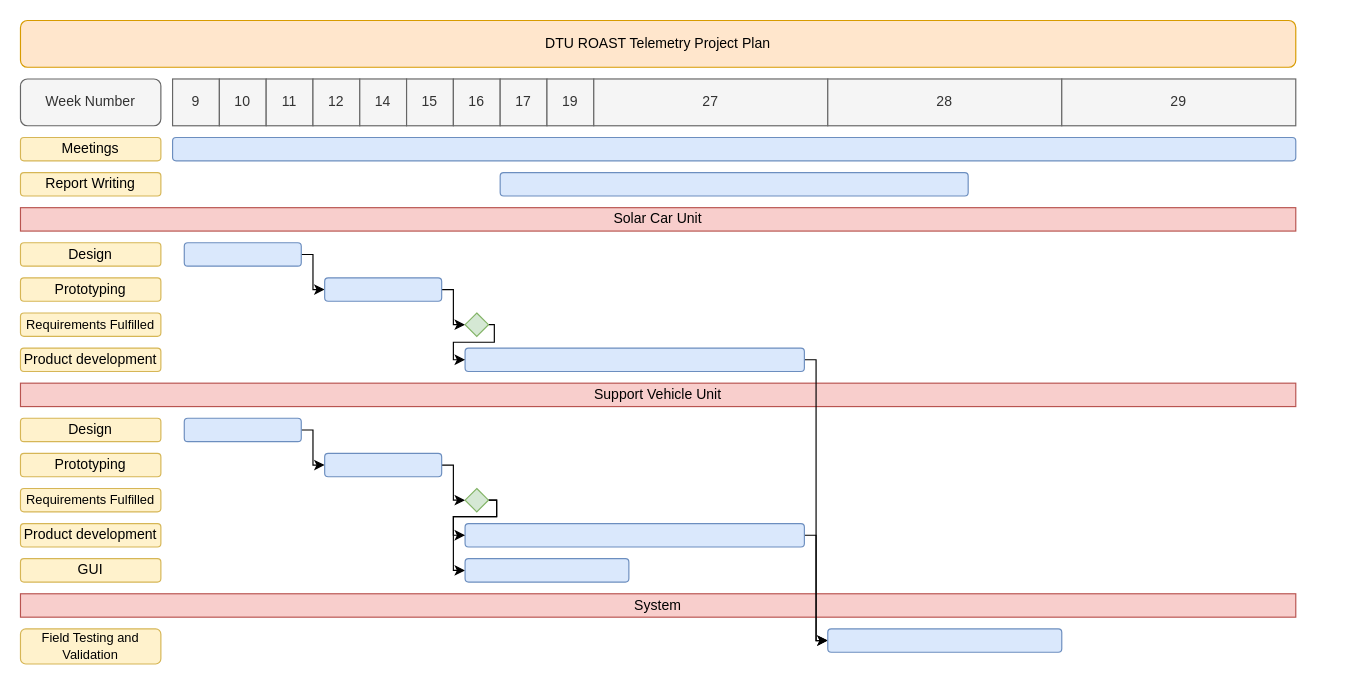
The draw.io diagram documentation/projectPlan.drawio in tjarker/Telemetry, before the edit. Source tidied: cells renumbered, new cells numbered last; positions are measured from the earlier drawing's top-left corner, leaving out a move shared by most shapes. Both pictures are drawn from the tidied source at 117%, with x=0, y=0 at pixel (20, 20).
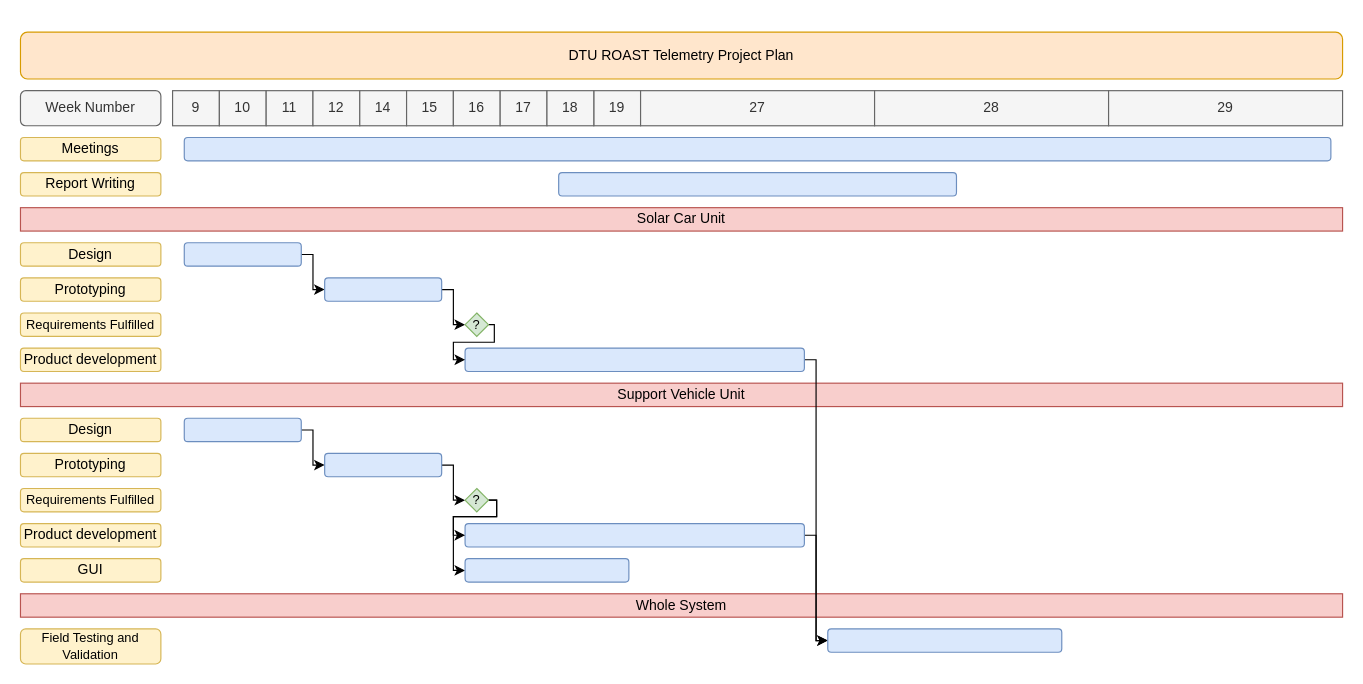
After the change.

The edit, as a diff of the source:
```diff
@@
     <mxCell id="2" value="DTU ROAST Telemetry Project Plan" style="rounded=1;whiteSpace=wrap;html=1;fillColor=#ffe6cc;strokeColor=#d79b00;" parent="1" vertex="1">
-      <mxGeometry width="1090" height="40" as="geometry" />
+      <mxGeometry y="10" width="1130" height="40" as="geometry" />
     </mxCell>
     <mxCell id="3" value="9" style="rounded=0;whiteSpace=wrap;html=1;fillColor=#f5f5f5;strokeColor=#666666;fontColor=#333333;" parent="1" vertex="1">
-      <mxGeometry x="130" y="50" width="40" height="40" as="geometry" />
+      <mxGeometry x="130" y="60" width="40" height="30" as="geometry" />
     </mxCell>
     <mxCell id="4" value="10" style="rounded=0;whiteSpace=wrap;html=1;fillColor=#f5f5f5;strokeColor=#666666;fontColor=#333333;" parent="1" vertex="1">
-      <mxGeometry x="170" y="50" width="40" height="40" as="geometry" />
+      <mxGeometry x="170" y="60" width="40" height="30" as="geometry" />
     </mxCell>
     <mxCell id="5" value="11" style="rounded=0;whiteSpace=wrap;html=1;fillColor=#f5f5f5;strokeColor=#666666;fontColor=#333333;" parent="1" vertex="1">
-      <mxGeometry x="210" y="50" width="40" height="40" as="geometry" />
+      <mxGeometry x="210" y="60" width="40" height="30" as="geometry" />
     </mxCell>
     <mxCell id="6" value="12" style="rounded=0;whiteSpace=wrap;html=1;fillColor=#f5f5f5;strokeColor=#666666;fontColor=#333333;" parent="1" vertex="1">
-      <mxGeometry x="250" y="50" width="40" height="40" as="geometry" />
+      <mxGeometry x="250" y="60" width="40" height="30" as="geometry" />
     </mxCell>
     <mxCell id="7" value="14" style="rounded=0;whiteSpace=wrap;html=1;fillColor=#f5f5f5;strokeColor=#666666;fontColor=#333333;" parent="1" vertex="1">
-      <mxGeometry x="290" y="50" width="40" height="40" as="geometry" />
+      <mxGeometry x="290" y="60" width="40" height="30" as="geometry" />
     </mxCell>
     <mxCell id="8" value="15" style="rounded=0;whiteSpace=wrap;html=1;fillColor=#f5f5f5;strokeColor=#666666;fontColor=#333333;" parent="1" vertex="1">
-      <mxGeometry x="330" y="50" width="40" height="40" as="geometry" />
+      <mxGeometry x="330" y="60" width="40" height="30" as="geometry" />
     </mxCell>
     <mxCell id="9" value="16" style="rounded=0;whiteSpace=wrap;html=1;fillColor=#f5f5f5;strokeColor=#666666;fontColor=#333333;" parent="1" vertex="1">
-      <mxGeometry x="370" y="50" width="40" height="40" as="geometry" />
+      <mxGeometry x="370" y="60" width="40" height="30" as="geometry" />
     </mxCell>
     <mxCell id="10" value="17" style="rounded=0;whiteSpace=wrap;html=1;fillColor=#f5f5f5;strokeColor=#666666;fontColor=#333333;" parent="1" vertex="1">
-      <mxGeometry x="410" y="50" width="40" height="40" as="geometry" />
+      <mxGeometry x="410" y="60" width="40" height="30" as="geometry" />
     </mxCell>
     <mxCell id="11" value="19" style="rounded=0;whiteSpace=wrap;html=1;fillColor=#f5f5f5;strokeColor=#666666;fontColor=#333333;" parent="1" vertex="1">
-      <mxGeometry x="450" y="50" width="40" height="40" as="geometry" />
+      <mxGeometry x="490" y="60" width="40" height="30" as="geometry" />
     </mxCell>
     <mxCell id="12" value="27" style="rounded=0;whiteSpace=wrap;html=1;fillColor=#f5f5f5;strokeColor=#666666;fontColor=#333333;" parent="1" vertex="1">
-      <mxGeometry x="490" y="50" width="200" height="40" as="geometry" />
+      <mxGeometry x="530" y="60" width="200" height="30" as="geometry" />
     </mxCell>
     <mxCell id="13" value="28" style="rounded=0;whiteSpace=wrap;html=1;fillColor=#f5f5f5;strokeColor=#666666;fontColor=#333333;" parent="1" vertex="1">
-      <mxGeometry x="690" y="50" width="200" height="40" as="geometry" />
+      <mxGeometry x="730" y="60" width="200" height="30" as="geometry" />
     </mxCell>
     <mxCell id="14" value="29" style="rounded=0;whiteSpace=wrap;html=1;fillColor=#f5f5f5;strokeColor=#666666;fontColor=#333333;" parent="1" vertex="1">
-      <mxGeometry x="890" y="50" width="200" height="40" as="geometry" />
+      <mxGeometry x="930" y="60" width="200" height="30" as="geometry" />
     </mxCell>
     <mxCell id="15" value="Week Number" style="rounded=1;whiteSpace=wrap;html=1;fillColor=#f5f5f5;strokeColor=#666666;fontColor=#333333;" parent="1" vertex="1">
-      <mxGeometry y="50" width="120" height="40" as="geometry" />
+      <mxGeometry y="60" width="120" height="30" as="geometry" />
     </mxCell>
     <mxCell id="16" style="rounded=1;whiteSpace=wrap;html=1;fillColor=#dae8fc;strokeColor=#6c8ebf;" parent="1" vertex="1">
-      <mxGeometry x="130" y="100" width="960" height="20" as="geometry" />
+      <mxGeometry x="140" y="100" width="980" height="20" as="geometry" />
     </mxCell>
@@
     <mxCell id="19" style="rounded=1;whiteSpace=wrap;html=1;fillColor=#dae8fc;strokeColor=#6c8ebf;" parent="1" vertex="1">
-      <mxGeometry x="410" y="130" width="400" height="20" as="geometry" />
+      <mxGeometry x="460" y="130" width="340" height="20" as="geometry" />
     </mxCell>
     <mxCell id="20" value="Solar Car Unit" style="rounded=0;whiteSpace=wrap;html=1;fillColor=#f8cecc;strokeColor=#b85450;" parent="1" vertex="1">
-      <mxGeometry y="160" width="1090" height="20" as="geometry" />
+      <mxGeometry y="160" width="1130" height="20" as="geometry" />
     </mxCell>
@@
     <mxCell id="26" value="Support Vehicle Unit" style="rounded=0;whiteSpace=wrap;html=1;fillColor=#f8cecc;strokeColor=#b85450;" parent="1" vertex="1">
-      <mxGeometry y="310" width="1090" height="20" as="geometry" />
+      <mxGeometry y="310" width="1130" height="20" as="geometry" />
     </mxCell>
@@
-    <mxCell id="31" value="System" style="rounded=0;whiteSpace=wrap;html=1;fillColor=#f8cecc;strokeColor=#b85450;" parent="1" vertex="1">
-      <mxGeometry y="490" width="1090" height="20" as="geometry" />
+    <mxCell id="31" value="Whole System" style="rounded=0;whiteSpace=wrap;html=1;fillColor=#f8cecc;strokeColor=#b85450;" parent="1" vertex="1">
+      <mxGeometry y="490" width="1130" height="20" as="geometry" />
     </mxCell>
@@
-    <mxCell id="39" style="rhombus;whiteSpace=wrap;html=1;fontSize=11;fillColor=#d5e8d4;strokeColor=#82b366;" parent="1" vertex="1">
+    <mxCell id="39" value="?" style="rhombus;whiteSpace=wrap;html=1;fontSize=11;fillColor=#d5e8d4;strokeColor=#82b366;" parent="1" vertex="1">
       <mxGeometry x="380" y="250" width="20" height="20" as="geometry" />
     </mxCell>
@@
-    <mxCell id="48" style="rhombus;whiteSpace=wrap;html=1;fontSize=11;fillColor=#d5e8d4;strokeColor=#82b366;" parent="1" vertex="1">
+    <mxCell id="48" value="?" style="rhombus;whiteSpace=wrap;html=1;fontSize=11;fillColor=#d5e8d4;strokeColor=#82b366;" parent="1" vertex="1">
       <mxGeometry x="380" y="400" width="20" height="20" as="geometry" />
     </mxCell>
@@
+    <mxCell id="52" value="18" style="rounded=0;whiteSpace=wrap;html=1;fillColor=#f5f5f5;strokeColor=#666666;fontColor=#333333;" parent="1" vertex="1">
+      <mxGeometry x="450" y="60" width="40" height="30" as="geometry" />
+    </mxCell>
```
